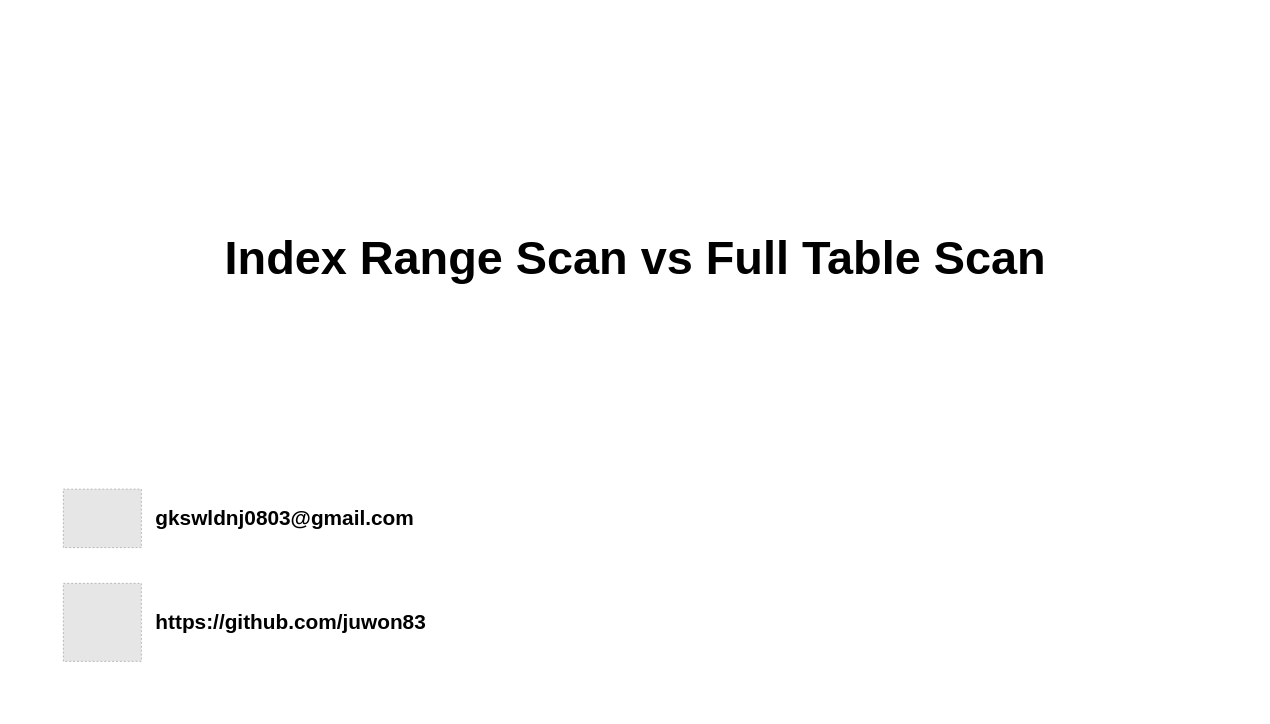
This is page "한지원" (2 of 4) of 썸네일.drawio from Study-Diary/Computer-Science, a draw.io file, before an edit. Source tidied: cells renumbered, new cells numbered last; positions are measured from the earlier drawing's top-left corner, leaving out a move shared by most shapes. Both pictures are drawn from the tidied source at 65%, with x=0, y=0 at pixel (11, 11). Pictures stored in the file or linked from it are replaced by grey dashed boxes.
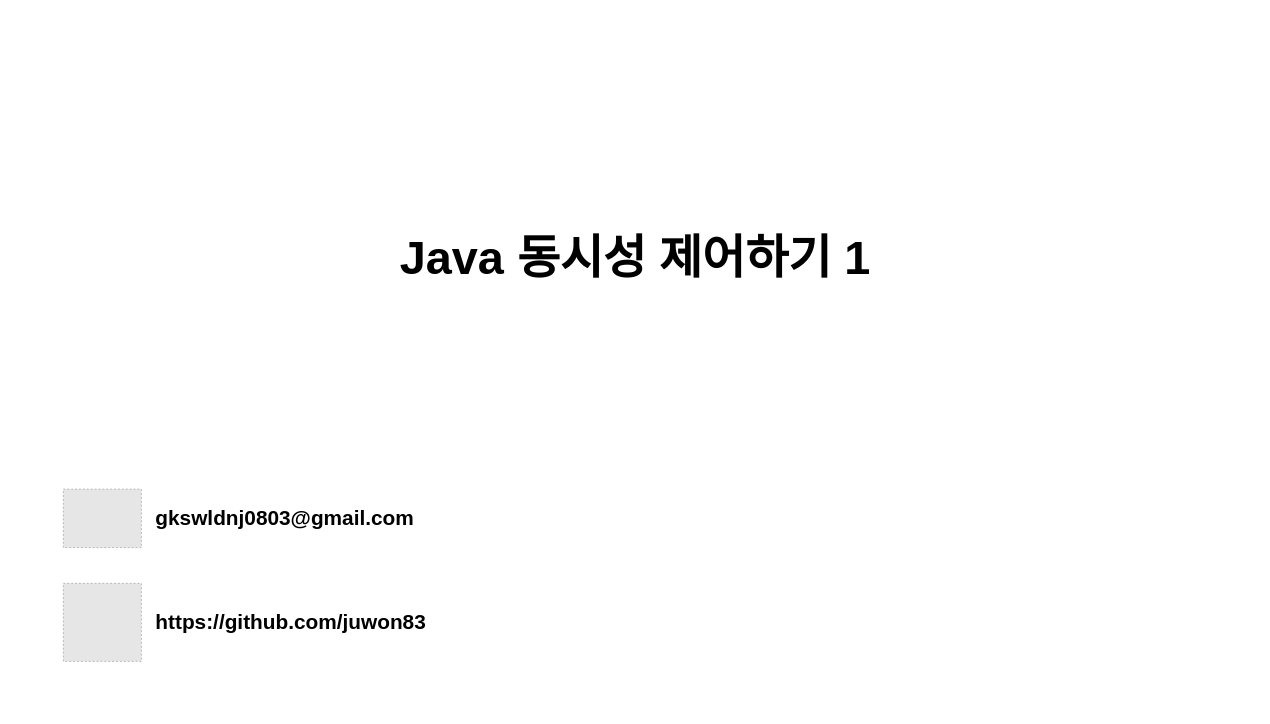
The same page after the edit.

The edit, as a diff of the source:
```diff
@@
 <mxGraphModel>
   <root>
     <mxCell id="0" />
     <mxCell id="1" parent="0" />
     <mxCell id="2" style="rounded=0;whiteSpace=wrap;html=1;fillColor=#FFFFFF;strokeColor=none;" parent="1" vertex="1">
       <mxGeometry width="1920" height="1080" as="geometry" />
     </mxCell>
     <mxCell id="3" style="group;" parent="1" vertex="1">
       <mxGeometry x="80" y="720" width="120" height="120" as="geometry" />
     </mxCell>
     <mxCell id="4" style="fillColor=#E6E6E6;strokeColor=#999999;dashed=1;verticalLabelPosition=bottom;labelBackgroundColor=default;verticalAlign=top;" parent="3" vertex="1">
       <mxGeometry y="15" width="120" height="90" as="geometry" />
     </mxCell>
     <mxCell id="5" style="rounded=0;whiteSpace=wrap;html=1;fillColor=none;strokeColor=none;" parent="3" vertex="1">
       <mxGeometry width="120" height="120" as="geometry" />
     </mxCell>
     <mxCell id="6" style="fillColor=#E6E6E6;strokeColor=#999999;dashed=1;verticalLabelPosition=bottom;labelBackgroundColor=default;verticalAlign=top;" parent="1" vertex="1">
       <mxGeometry x="80" y="880" width="120" height="120" as="geometry" />
     </mxCell>
     <mxCell id="7" value="gkswldnj0803@gmail.com" style="text;html=1;align=left;verticalAlign=middle;whiteSpace=wrap;rounded=0;fontSize=32;fontColor=#000000;fontStyle=1;" parent="1" vertex="1">
       <mxGeometry x="220" y="740" width="500" height="80" as="geometry" />
     </mxCell>
     <mxCell id="8" value="https://github.com/juwon83" style="text;html=1;align=left;verticalAlign=middle;whiteSpace=wrap;rounded=0;fontSize=32;fontColor=#000000;fontStyle=1;" parent="1" vertex="1">
       <mxGeometry x="220" y="900" width="500" height="80" as="geometry" />
     </mxCell>
-    <mxCell id="9" value="Index Range Scan vs Full Table Scan" style="text;html=1;align=center;verticalAlign=middle;whiteSpace=wrap;rounded=0;fontSize=72;fontFamily=Pretendard;fontColor=#000000;fontStyle=1;" parent="1" vertex="1">
+    <mxCell id="9" value="Java 동시성 제어하기 1" style="text;html=1;align=center;verticalAlign=middle;whiteSpace=wrap;rounded=0;fontSize=72;fontFamily=Pretendard;fontColor=#000000;fontStyle=1;" parent="1" vertex="1">
       <mxGeometry x="200" y="320" width="1520" height="120" as="geometry" />
     </mxCell>
   </root>
 </mxGraphModel>
```
